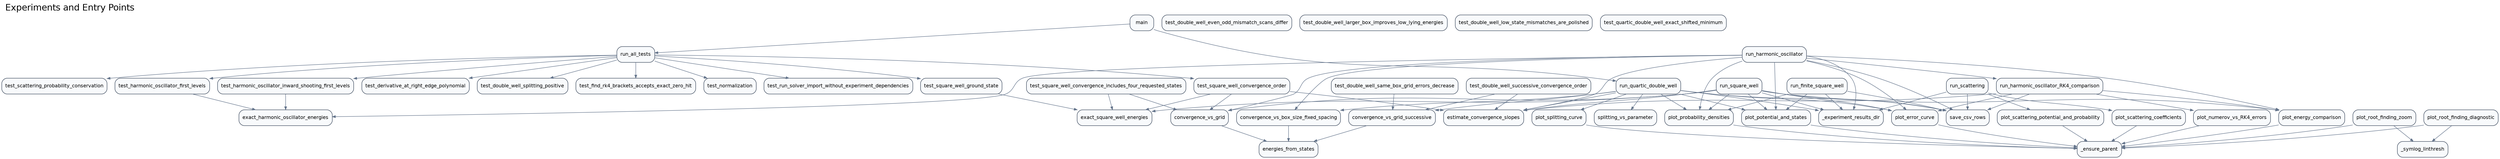
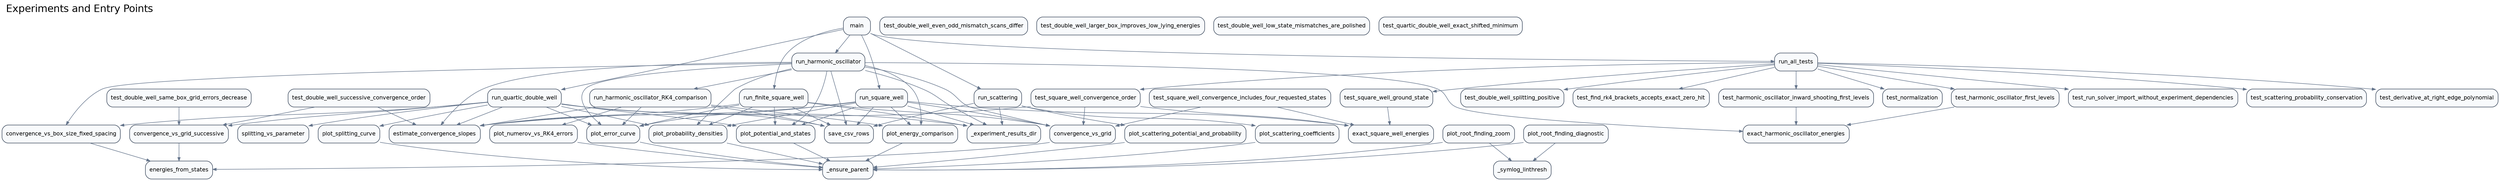
digraph G {
  rankdir="TB";
  graph [labeljust="l", labelloc="t", fontsize=20, fontname="Helvetica"];
  label="Experiments and Entry Points";
  node [shape=box, style="rounded,filled", fillcolor="#F8FAFC", color="#334155", fontname="Helvetica", fontsize=11];
  edge [color="#64748B", arrowsize=0.7];
  scripts_run_solver_main [label="main"];
  src_analysis_convergence_vs_box_size_fixed_spacing [label="convergence_vs_box_size_fixed_spacing"];
  src_analysis_convergence_vs_grid [label="convergence_vs_grid"];
  src_analysis_convergence_vs_grid_successive [label="convergence_vs_grid_successive"];
  src_analysis_energies_from_states [label="energies_from_states"];
  src_analysis_estimate_convergence_slopes [label="estimate_convergence_slopes"];
  src_analysis_exact_harmonic_oscillator_energies [label="exact_harmonic_oscillator_energies"];
  src_analysis_exact_square_well_energies [label="exact_square_well_energies"];
  src_analysis_save_csv_rows [label="save_csv_rows"];
  src_analysis_splitting_vs_parameter [label="splitting_vs_parameter"];
  src_experiments__experiment_results_dir [label="_experiment_results_dir"];
  src_experiments_run_finite_square_well [label="run_finite_square_well"];
  src_experiments_run_harmonic_oscillator [label="run_harmonic_oscillator"];
  src_experiments_run_harmonic_oscillator_RK4_comparison [label="run_harmonic_oscillator_RK4_comparison"];
  src_experiments_run_quartic_double_well [label="run_quartic_double_well"];
  src_experiments_run_scattering [label="run_scattering"];
  src_experiments_run_square_well [label="run_square_well"];
  src_plotting__ensure_parent [label="_ensure_parent"];
  src_plotting__symlog_linthresh [label="_symlog_linthresh"];
  src_plotting_plot_energy_comparison [label="plot_energy_comparison"];
  src_plotting_plot_error_curve [label="plot_error_curve"];
  src_plotting_plot_numerov_vs_RK4_errors [label="plot_numerov_vs_RK4_errors"];
  src_plotting_plot_potential_and_states [label="plot_potential_and_states"];
  src_plotting_plot_probability_densities [label="plot_probability_densities"];
  src_plotting_plot_root_finding_diagnostic [label="plot_root_finding_diagnostic"];
  src_plotting_plot_root_finding_zoom [label="plot_root_finding_zoom"];
  src_plotting_plot_scattering_coefficients [label="plot_scattering_coefficients"];
  src_plotting_plot_scattering_potential_and_probability [label="plot_scattering_potential_and_probability"];
  src_plotting_plot_splitting_curve [label="plot_splitting_curve"];
  tests_test_solver_run_all_tests [label="run_all_tests"];
  tests_test_solver_test_derivative_at_right_edge_polynomial [label="test_derivative_at_right_edge_polynomial"];
  tests_test_solver_test_double_well_even_odd_mismatch_scans_differ [label="test_double_well_even_odd_mismatch_scans_differ"];
  tests_test_solver_test_double_well_larger_box_improves_low_lying_energies [label="test_double_well_larger_box_improves_low_lying_energies"];
  tests_test_solver_test_double_well_low_state_mismatches_are_polished [label="test_double_well_low_state_mismatches_are_polished"];
  tests_test_solver_test_double_well_same_box_grid_errors_decrease [label="test_double_well_same_box_grid_errors_decrease"];
  tests_test_solver_test_double_well_splitting_positive [label="test_double_well_splitting_positive"];
  tests_test_solver_test_double_well_successive_convergence_order [label="test_double_well_successive_convergence_order"];
  tests_test_solver_test_find_rk4_brackets_accepts_exact_zero_hit [label="test_find_rk4_brackets_accepts_exact_zero_hit"];
  tests_test_solver_test_harmonic_oscillator_first_levels [label="test_harmonic_oscillator_first_levels"];
  tests_test_solver_test_harmonic_oscillator_inward_shooting_first_levels [label="test_harmonic_oscillator_inward_shooting_first_levels"];
  tests_test_solver_test_normalization [label="test_normalization"];
  tests_test_solver_test_quartic_double_well_exact_shifted_minimum [label="test_quartic_double_well_exact_shifted_minimum"];
  tests_test_solver_test_run_solver_import_without_experiment_dependencies [label="test_run_solver_import_without_experiment_dependencies"];
  tests_test_solver_test_scattering_probability_conservation [label="test_scattering_probability_conservation"];
  tests_test_solver_test_square_well_convergence_includes_four_requested_states [label="test_square_well_convergence_includes_four_requested_states"];
  tests_test_solver_test_square_well_convergence_order [label="test_square_well_convergence_order"];
  tests_test_solver_test_square_well_ground_state [label="test_square_well_ground_state"];
+   scripts_run_solver_main -> src_experiments_run_finite_square_well;
+   scripts_run_solver_main -> src_experiments_run_harmonic_oscillator;
  scripts_run_solver_main -> src_experiments_run_quartic_double_well;
+   scripts_run_solver_main -> src_experiments_run_scattering;
+   scripts_run_solver_main -> src_experiments_run_square_well;
  scripts_run_solver_main -> tests_test_solver_run_all_tests;
  src_analysis_convergence_vs_box_size_fixed_spacing -> src_analysis_energies_from_states;
  src_analysis_convergence_vs_grid -> src_analysis_energies_from_states;
  src_analysis_convergence_vs_grid_successive -> src_analysis_energies_from_states;
+   src_experiments_run_finite_square_well -> src_analysis_convergence_vs_grid;
+   src_experiments_run_finite_square_well -> src_analysis_estimate_convergence_slopes;
  src_experiments_run_finite_square_well -> src_analysis_save_csv_rows;
  src_experiments_run_finite_square_well -> src_experiments__experiment_results_dir;
+   src_experiments_run_finite_square_well -> src_plotting_plot_error_curve;
  src_experiments_run_finite_square_well -> src_plotting_plot_potential_and_states;
  src_experiments_run_finite_square_well -> src_plotting_plot_probability_densities;
  src_experiments_run_harmonic_oscillator -> src_analysis_convergence_vs_box_size_fixed_spacing;
  src_experiments_run_harmonic_oscillator -> src_analysis_convergence_vs_grid;
  src_experiments_run_harmonic_oscillator -> src_analysis_estimate_convergence_slopes;
  src_experiments_run_harmonic_oscillator -> src_analysis_exact_harmonic_oscillator_energies;
  src_experiments_run_harmonic_oscillator -> src_analysis_save_csv_rows;
  src_experiments_run_harmonic_oscillator -> src_experiments__experiment_results_dir;
  src_experiments_run_harmonic_oscillator -> src_experiments_run_harmonic_oscillator_RK4_comparison;
  src_experiments_run_harmonic_oscillator -> src_plotting_plot_energy_comparison;
  src_experiments_run_harmonic_oscillator -> src_plotting_plot_error_curve;
  src_experiments_run_harmonic_oscillator -> src_plotting_plot_potential_and_states;
  src_experiments_run_harmonic_oscillator -> src_plotting_plot_probability_densities;
  src_experiments_run_harmonic_oscillator_RK4_comparison -> src_analysis_estimate_convergence_slopes;
  src_experiments_run_harmonic_oscillator_RK4_comparison -> src_analysis_save_csv_rows;
  src_experiments_run_harmonic_oscillator_RK4_comparison -> src_plotting_plot_energy_comparison;
  src_experiments_run_harmonic_oscillator_RK4_comparison -> src_plotting_plot_error_curve;
  src_experiments_run_harmonic_oscillator_RK4_comparison -> src_plotting_plot_numerov_vs_RK4_errors;
  src_experiments_run_quartic_double_well -> src_analysis_convergence_vs_box_size_fixed_spacing;
  src_experiments_run_quartic_double_well -> src_analysis_convergence_vs_grid_successive;
  src_experiments_run_quartic_double_well -> src_analysis_estimate_convergence_slopes;
  src_experiments_run_quartic_double_well -> src_analysis_save_csv_rows;
  src_experiments_run_quartic_double_well -> src_analysis_splitting_vs_parameter;
  src_experiments_run_quartic_double_well -> src_experiments__experiment_results_dir;
  src_experiments_run_quartic_double_well -> src_plotting_plot_error_curve;
  src_experiments_run_quartic_double_well -> src_plotting_plot_potential_and_states;
  src_experiments_run_quartic_double_well -> src_plotting_plot_probability_densities;
  src_experiments_run_quartic_double_well -> src_plotting_plot_splitting_curve;
  src_experiments_run_scattering -> src_analysis_save_csv_rows;
  src_experiments_run_scattering -> src_experiments__experiment_results_dir;
  src_experiments_run_scattering -> src_plotting_plot_scattering_coefficients;
  src_experiments_run_scattering -> src_plotting_plot_scattering_potential_and_probability;
  src_experiments_run_square_well -> src_analysis_convergence_vs_grid;
  src_experiments_run_square_well -> src_analysis_estimate_convergence_slopes;
  src_experiments_run_square_well -> src_analysis_exact_square_well_energies;
  src_experiments_run_square_well -> src_analysis_save_csv_rows;
  src_experiments_run_square_well -> src_experiments__experiment_results_dir;
  src_experiments_run_square_well -> src_plotting_plot_energy_comparison;
  src_experiments_run_square_well -> src_plotting_plot_error_curve;
  src_experiments_run_square_well -> src_plotting_plot_potential_and_states;
  src_experiments_run_square_well -> src_plotting_plot_probability_densities;
  src_plotting_plot_energy_comparison -> src_plotting__ensure_parent;
  src_plotting_plot_error_curve -> src_plotting__ensure_parent;
  src_plotting_plot_numerov_vs_RK4_errors -> src_plotting__ensure_parent;
  src_plotting_plot_potential_and_states -> src_plotting__ensure_parent;
  src_plotting_plot_probability_densities -> src_plotting__ensure_parent;
  src_plotting_plot_root_finding_diagnostic -> src_plotting__ensure_parent;
  src_plotting_plot_root_finding_diagnostic -> src_plotting__symlog_linthresh;
  src_plotting_plot_root_finding_zoom -> src_plotting__ensure_parent;
  src_plotting_plot_root_finding_zoom -> src_plotting__symlog_linthresh;
  src_plotting_plot_scattering_coefficients -> src_plotting__ensure_parent;
  src_plotting_plot_scattering_potential_and_probability -> src_plotting__ensure_parent;
  src_plotting_plot_splitting_curve -> src_plotting__ensure_parent;
  tests_test_solver_run_all_tests -> tests_test_solver_test_derivative_at_right_edge_polynomial;
  tests_test_solver_run_all_tests -> tests_test_solver_test_double_well_splitting_positive;
  tests_test_solver_run_all_tests -> tests_test_solver_test_find_rk4_brackets_accepts_exact_zero_hit;
  tests_test_solver_run_all_tests -> tests_test_solver_test_harmonic_oscillator_first_levels;
  tests_test_solver_run_all_tests -> tests_test_solver_test_harmonic_oscillator_inward_shooting_first_levels;
  tests_test_solver_run_all_tests -> tests_test_solver_test_normalization;
  tests_test_solver_run_all_tests -> tests_test_solver_test_run_solver_import_without_experiment_dependencies;
  tests_test_solver_run_all_tests -> tests_test_solver_test_scattering_probability_conservation;
  tests_test_solver_run_all_tests -> tests_test_solver_test_square_well_convergence_order;
  tests_test_solver_run_all_tests -> tests_test_solver_test_square_well_ground_state;
  tests_test_solver_test_double_well_same_box_grid_errors_decrease -> src_analysis_convergence_vs_grid_successive;
  tests_test_solver_test_double_well_successive_convergence_order -> src_analysis_convergence_vs_grid_successive;
  tests_test_solver_test_double_well_successive_convergence_order -> src_analysis_estimate_convergence_slopes;
  tests_test_solver_test_harmonic_oscillator_first_levels -> src_analysis_exact_harmonic_oscillator_energies;
  tests_test_solver_test_harmonic_oscillator_inward_shooting_first_levels -> src_analysis_exact_harmonic_oscillator_energies;
  tests_test_solver_test_square_well_convergence_includes_four_requested_states -> src_analysis_convergence_vs_grid;
  tests_test_solver_test_square_well_convergence_includes_four_requested_states -> src_analysis_exact_square_well_energies;
  tests_test_solver_test_square_well_convergence_order -> src_analysis_convergence_vs_grid;
  tests_test_solver_test_square_well_convergence_order -> src_analysis_estimate_convergence_slopes;
  tests_test_solver_test_square_well_convergence_order -> src_analysis_exact_square_well_energies;
  tests_test_solver_test_square_well_ground_state -> src_analysis_exact_square_well_energies;
}
